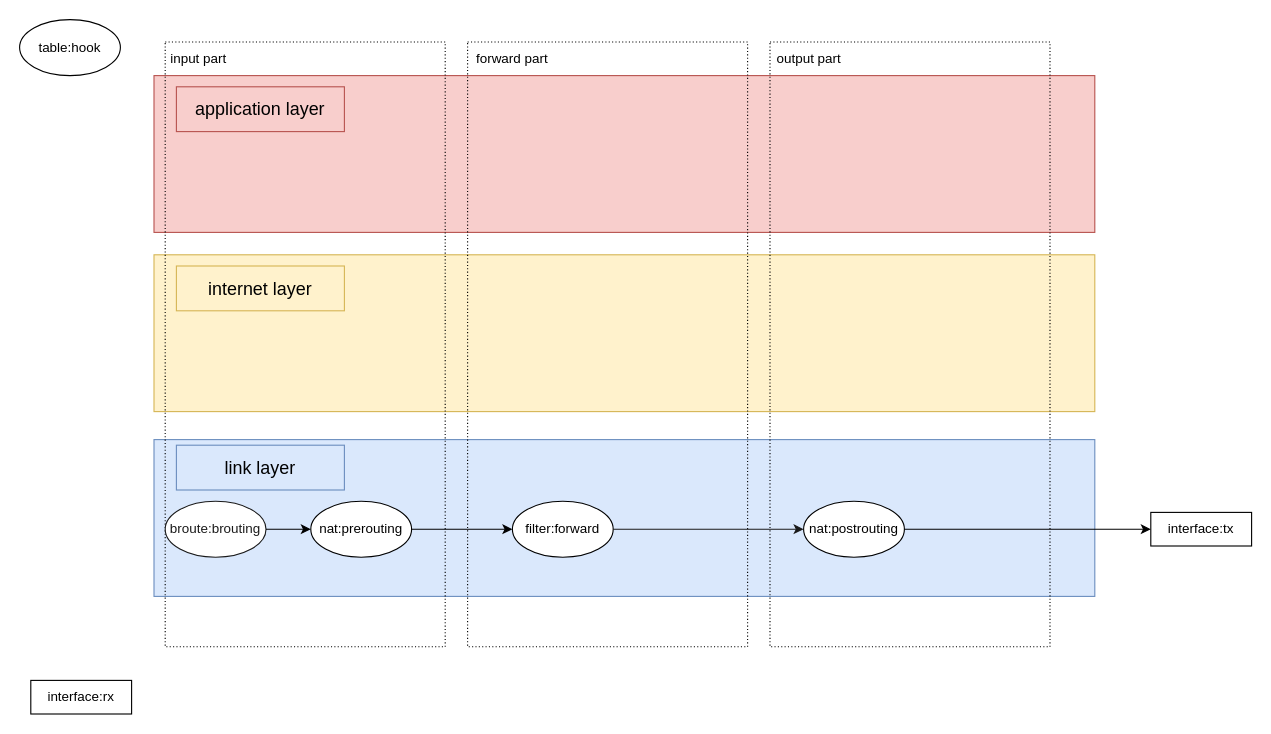
The draw.io diagram page "netfilter" (2 of 2) of linux_embed.drawio in waterwatermelon/graph, before the edit. Source tidied: cells renumbered, new cells numbered last; positions are measured from the earlier drawing's top-left corner, leaving out a move shared by most shapes. Both pictures are drawn from the tidied source at 112%, with x=0, y=0 at pixel (19, 19).
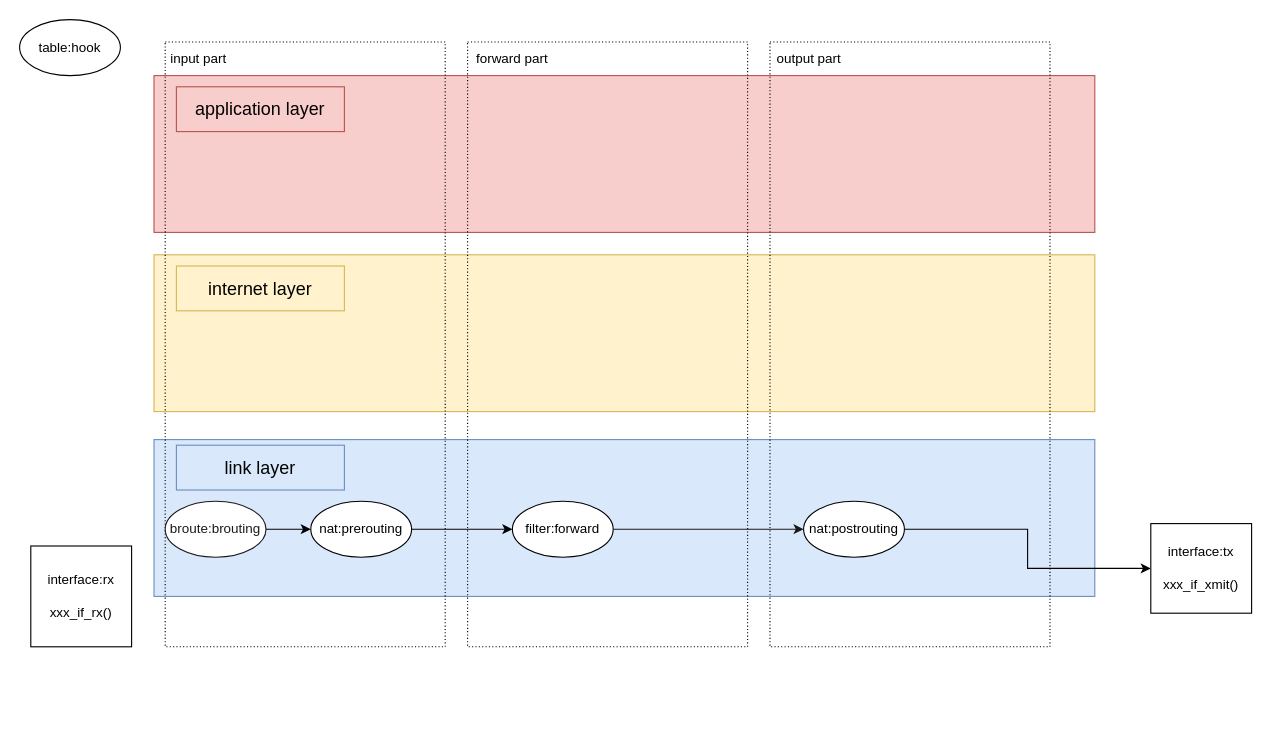
After the change.

What changed in the source:
```diff
@@
-    <mxCell id="14" value="interface:rx" style="html=1;whiteSpace=wrap;" parent="1" vertex="1">
-      <mxGeometry x="10" y="590" width="90" height="30" as="geometry" />
-    </mxCell>
-    <mxCell id="15" value="interface:tx" style="html=1;whiteSpace=wrap;" parent="1" vertex="1">
-      <mxGeometry x="1010" y="440" width="90" height="30" as="geometry" />
+    <mxCell id="15" style="html=1;whiteSpace=wrap;" parent="1" vertex="1">
+      <mxGeometry x="1010" y="450" width="90" height="80" as="geometry" />
     </mxCell>
@@
+    <mxCell id="28" style="group;" parent="1" vertex="1">
+      <mxGeometry x="10" y="470" width="90" height="90" as="geometry" />
+    </mxCell>
+    <mxCell id="14" style="html=1;whiteSpace=wrap;" parent="28" vertex="1">
+      <mxGeometry width="90" height="90" as="geometry" />
+    </mxCell>
+    <mxCell id="29" value="interface:rx" style="text;html=1;strokeColor=none;fillColor=none;align=center;verticalAlign=middle;whiteSpace=wrap;rounded=0;" parent="28" vertex="1">
+      <mxGeometry x="15" y="15" width="60" height="30" as="geometry" />
+    </mxCell>
+    <mxCell id="30" value="xxx_if_rx()" style="text;html=1;strokeColor=none;fillColor=none;align=center;verticalAlign=middle;whiteSpace=wrap;rounded=0;" parent="28" vertex="1">
+      <mxGeometry x="15" y="45" width="60" height="30" as="geometry" />
+    </mxCell>
+    <mxCell id="31" value="interface:tx" style="text;html=1;strokeColor=none;fillColor=none;align=center;verticalAlign=middle;whiteSpace=wrap;rounded=0;" parent="1" vertex="1">
+      <mxGeometry x="1025" y="460" width="60" height="30" as="geometry" />
+    </mxCell>
+    <mxCell id="32" value="xxx_if_xmit()" style="text;html=1;strokeColor=none;fillColor=none;align=center;verticalAlign=middle;whiteSpace=wrap;rounded=0;" parent="1" vertex="1">
+      <mxGeometry x="1025" y="490" width="60" height="30" as="geometry" />
+    </mxCell>
```
